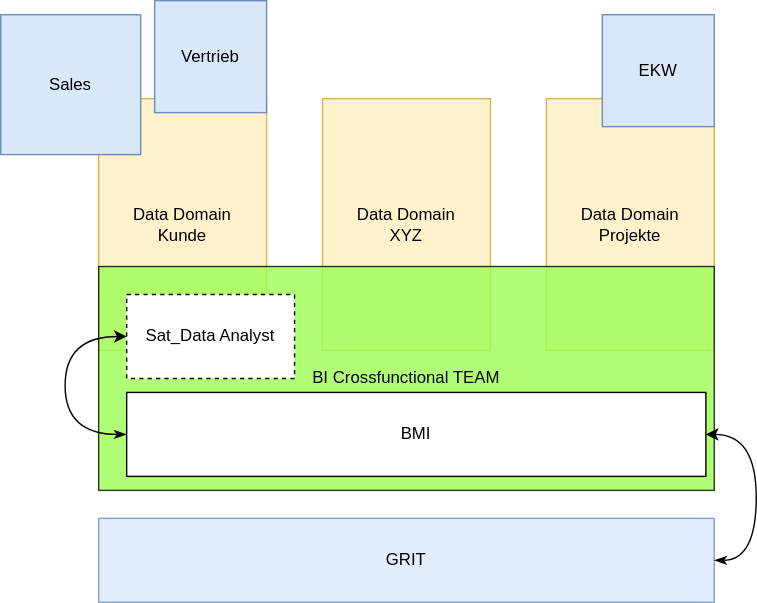
Before: organisation/DataOrga.drawio.svg, a diagram exported from draw.io (svenhornberg/dataorga). Source tidied: cells renumbered, new cells last; positions are measured from the earlier drawing's top-left corner, leaving out a move shared by most shapes.
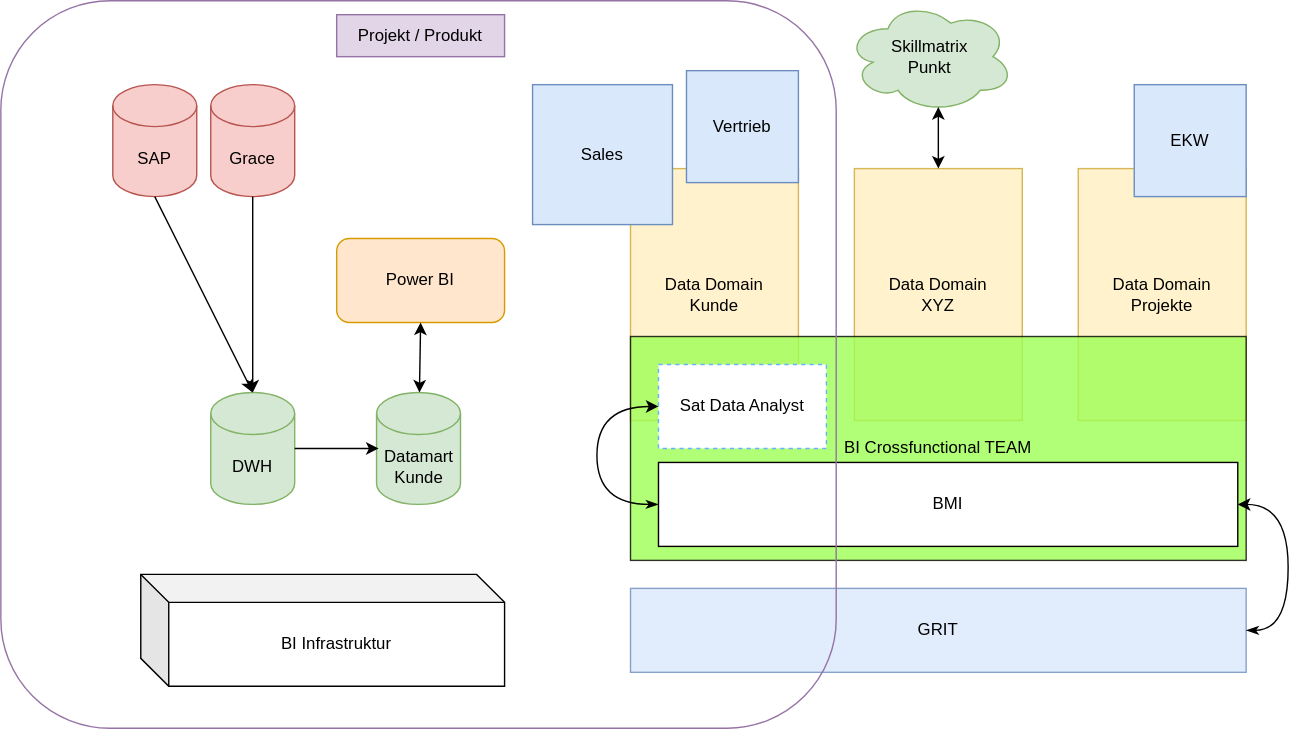
After the commit.

Change to the diagram source:
```diff
@@ -20,7 +20,7 @@
     <mxCell id="7" value="BMI" style="rounded=0;whiteSpace=wrap;html=1;" parent="1" vertex="1">
       <mxGeometry x="90" y="280" width="414" height="60" as="geometry" />
     </mxCell>
-    <mxCell id="8" value="Sat_Data Analyst" style="rounded=0;whiteSpace=wrap;html=1;dashed=1;" parent="1" vertex="1">
+    <mxCell id="8" value="Sat Data Analyst" style="rounded=0;whiteSpace=wrap;html=1;dashed=1;strokeColor=#66B2FF;" parent="1" vertex="1">
       <mxGeometry x="90" y="210" width="120" height="60" as="geometry" />
     </mxCell>
     <mxCell id="9" value="Sales" style="whiteSpace=wrap;html=1;fillColor=#dae8fc;strokeColor=#6c8ebf;" parent="1" vertex="1">
@@ -48,5 +48,49 @@
         </Array>
       </mxGeometry>
     </mxCell>
+    <mxCell id="14" style="rounded=1;whiteSpace=wrap;html=1;fillStyle=hatch;fillColor=none;strokeColor=#9673a6;" parent="1" vertex="1">
+      <mxGeometry x="-380" y="-50" width="597" height="520" as="geometry" />
+    </mxCell>
+    <mxCell id="15" value="Projekt / Produkt" style="text;html=1;strokeColor=#9673a6;fillColor=#e1d5e7;align=center;verticalAlign=middle;whiteSpace=wrap;rounded=0;" parent="1" vertex="1">
+      <mxGeometry x="-140" y="-40" width="120" height="30" as="geometry" />
+    </mxCell>
+    <mxCell id="16" value="SAP" style="shape=cylinder3;whiteSpace=wrap;html=1;boundedLbl=1;backgroundOutline=1;size=15;fillColor=#f8cecc;strokeColor=#b85450;" parent="1" vertex="1">
+      <mxGeometry x="-300" y="10" width="60" height="80" as="geometry" />
+    </mxCell>
+    <mxCell id="17" value="Grace" style="shape=cylinder3;whiteSpace=wrap;html=1;boundedLbl=1;backgroundOutline=1;size=15;fillColor=#f8cecc;strokeColor=#b85450;" parent="1" vertex="1">
+      <mxGeometry x="-230" y="10" width="60" height="80" as="geometry" />
+    </mxCell>
+    <mxCell id="18" value="DWH" style="shape=cylinder3;whiteSpace=wrap;html=1;boundedLbl=1;backgroundOutline=1;size=15;fillColor=#d5e8d4;strokeColor=#82b366;" parent="1" vertex="1">
+      <mxGeometry x="-230" y="230" width="60" height="80" as="geometry" />
+    </mxCell>
+    <mxCell id="19" value="BI Infrastruktur" style="shape=cube;whiteSpace=wrap;html=1;boundedLbl=1;backgroundOutline=1;darkOpacity=0.05;darkOpacity2=0.1;" parent="1" vertex="1">
+      <mxGeometry x="-280" y="360" width="260" height="80" as="geometry" />
+    </mxCell>
+    <mxCell id="20" style="endArrow=classic;html=1;rounded=0;entryX=0.5;entryY=0;entryDx=0;entryDy=0;entryPerimeter=0;" parent="1" edge="1" source="17" target="18">
+      <mxGeometry relative="1" as="geometry" />
+    </mxCell>
+    <mxCell id="21" style="endArrow=classic;html=1;rounded=0;entryX=0.5;entryY=0;entryDx=0;entryDy=0;entryPerimeter=0;exitX=0.5;exitY=1;exitDx=0;exitDy=0;exitPerimeter=0;" parent="1" edge="1" source="16" target="18">
+      <mxGeometry relative="1" as="geometry" />
+    </mxCell>
+    <mxCell id="22" value="Datamart&lt;br&gt;Kunde" style="shape=cylinder3;whiteSpace=wrap;html=1;boundedLbl=1;backgroundOutline=1;size=15;fillColor=#d5e8d4;strokeColor=#82b366;" parent="1" vertex="1">
+      <mxGeometry x="-111.5" y="230" width="60" height="80" as="geometry" />
+    </mxCell>
+    <mxCell id="23" value="Power BI" style="rounded=1;whiteSpace=wrap;html=1;fillColor=#ffe6cc;strokeColor=#d79b00;" parent="1" vertex="1">
+      <mxGeometry x="-140" y="120" width="120" height="60" as="geometry" />
+    </mxCell>
+    <mxCell id="24" style="endArrow=classic;html=1;rounded=0;exitX=1;exitY=0.5;exitDx=0;exitDy=0;exitPerimeter=0;" parent="1" edge="1" source="18">
+      <mxGeometry relative="1" as="geometry">
+        <mxPoint x="-110" y="270" as="targetPoint" />
+      </mxGeometry>
+    </mxCell>
+    <mxCell id="25" style="endArrow=classic;startArrow=classic;html=1;rounded=0;entryX=0.5;entryY=1;entryDx=0;entryDy=0;" parent="1" edge="1" source="22" target="23">
+      <mxGeometry relative="1" as="geometry" />
+    </mxCell>
+    <mxCell id="26" value="Skillmatrix&lt;br&gt;Punkt" style="ellipse;shape=cloud;whiteSpace=wrap;html=1;fillColor=#d5e8d4;strokeColor=#82b366;" parent="1" vertex="1">
+      <mxGeometry x="224" y="-50" width="120" height="80" as="geometry" />
+    </mxCell>
+    <mxCell id="27" style="endArrow=classic;startArrow=classic;html=1;rounded=0;entryX=0.55;entryY=0.95;entryDx=0;entryDy=0;entryPerimeter=0;exitX=0.5;exitY=0;exitDx=0;exitDy=0;" parent="1" edge="1" source="3" target="26">
+      <mxGeometry relative="1" as="geometry" />
+    </mxCell>
   </root>
 </mxGraphModel>
```
